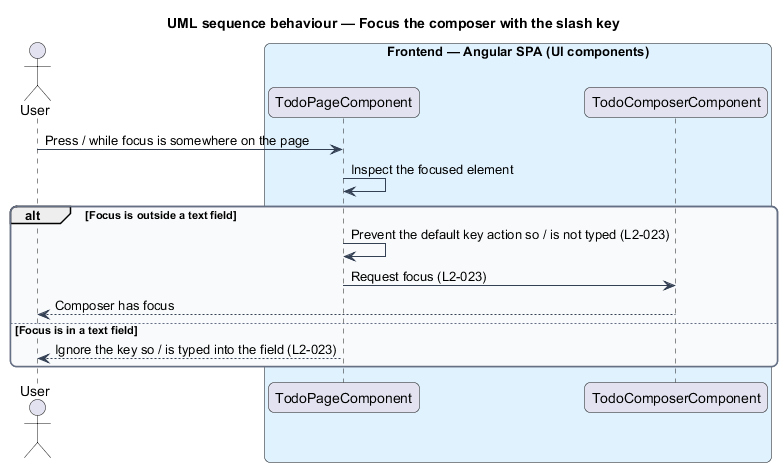
This is docs/detailed-designs/interface/keyboard-operation/diagrams/sequence-focus-composer-shortcut.png from QuinntyneBrown/php-todo-lab, a PlantUML export, as it was before one commit. Its diagram source:
```plantuml
@startuml
title UML sequence behaviour — Focus the composer with the slash key
skinparam backgroundColor #FFFFFF
skinparam shadowing false
skinparam roundcorner 12
skinparam defaultFontName Arial
skinparam ArrowColor #344054
skinparam rectangle {
  BorderColor #344054
  FontColor #101828
}
skinparam package {
  BorderColor #667085
  FontColor #101828
  BackgroundColor #F9FAFB
}
actor "User" as user
box "Frontend — Angular SPA (UI components)" #E0F2FE
  participant "TodoPageComponent" as page
  participant "TodoComposerComponent" as composer
end box
user -> page : Press / while focus is somewhere on the page
page -> page : Inspect the focused element
alt Focus is outside a text field
  page -> page : Prevent the default key action so / is not typed (L2-023)
  page -> composer : Request focus (L2-023)
  composer --> user : Composer has focus
else Focus is in a text field
  page --> user : Ignore the key so / is typed into the field (L2-023)
end
@enduml
```
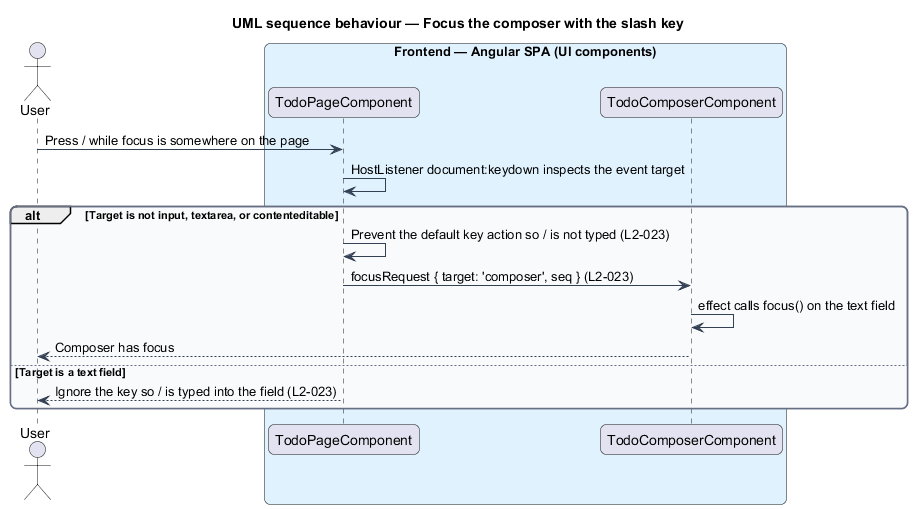
After the commit.

What changed in the source:
```diff
@@ -20,12 +20,13 @@
   participant "TodoComposerComponent" as composer
 end box
 user -> page : Press / while focus is somewhere on the page
-page -> page : Inspect the focused element
-alt Focus is outside a text field
+page -> page : HostListener document:keydown inspects the event target
+alt Target is not input, textarea, or contenteditable
   page -> page : Prevent the default key action so / is not typed (L2-023)
-  page -> composer : Request focus (L2-023)
+  page -> composer : focusRequest { target: 'composer', seq } (L2-023)
+  composer -> composer : effect calls focus() on the text field
   composer --> user : Composer has focus
-else Focus is in a text field
+else Target is a text field
   page --> user : Ignore the key so / is typed into the field (L2-023)
 end
 @enduml
```
